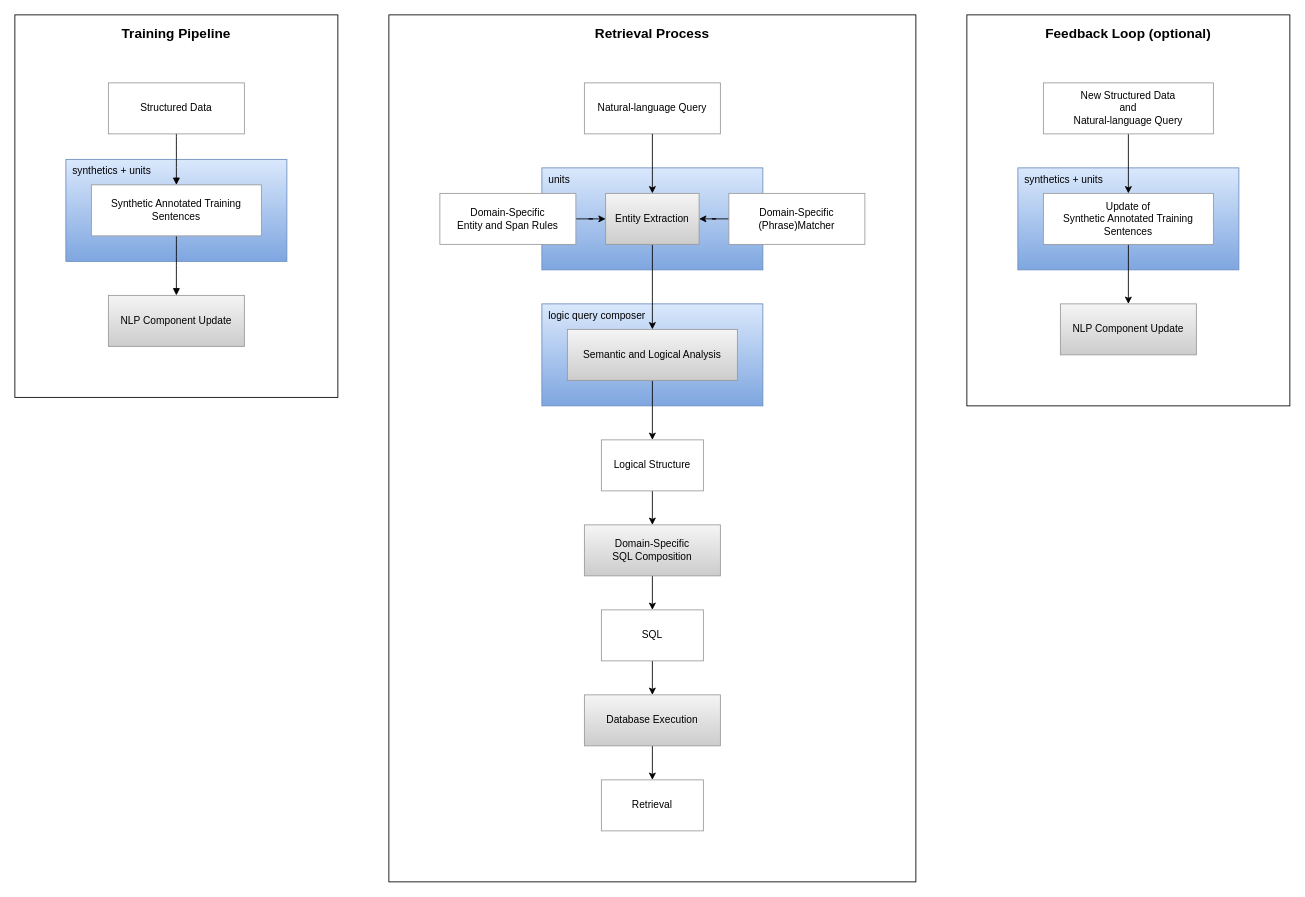
The draw.io diagram assets/retrieval-process.drawio in seanox/seanox-ai-nlp, before the edit. Source tidied: cells renumbered, new cells numbered last; positions are measured from the earlier drawing's top-left corner, leaving out a move shared by most shapes. Both pictures are drawn from the tidied source at 85%, with x=0, y=0 at pixel (14, 14).
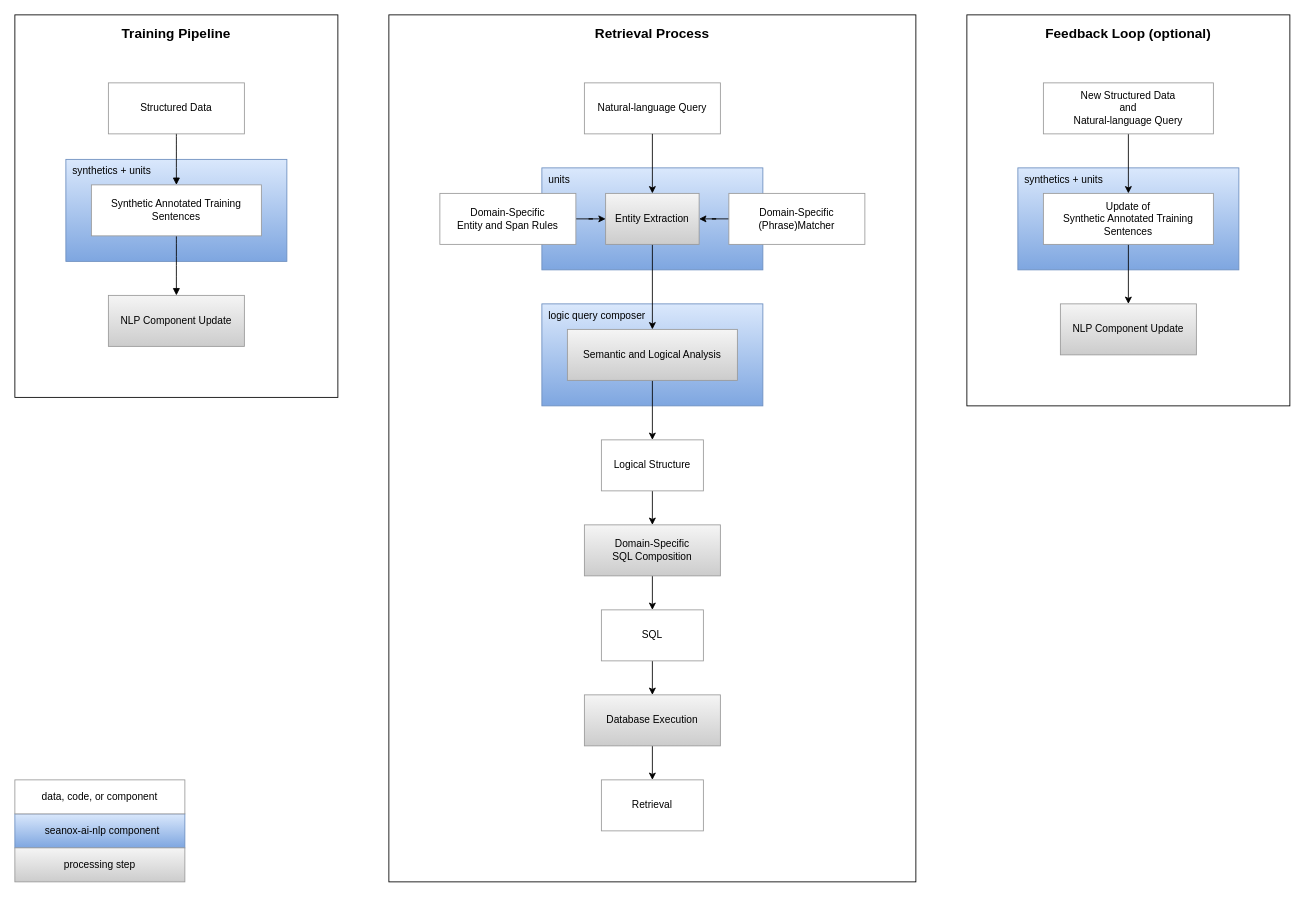
After the change.

What changed in the source:
```diff
@@
+    <mxCell id="38" value="seanox-ai-nlp component" style="whiteSpace=wrap;strokeWidth=1;fillColor=#dae8fc;gradientColor=#7ea6e0;strokeColor=#6c8ebf;verticalAlign=middle;align=center;spacingLeft=6;" parent="1" vertex="1">
+      <mxGeometry y="940" width="200" height="40" as="geometry" />
+    </mxCell>
+    <mxCell id="39" value="processing step" style="whiteSpace=wrap;strokeWidth=1;fillColor=#f5f5f5;gradientColor=#CCCCCC;strokeColor=#999999;" parent="1" vertex="1">
+      <mxGeometry y="980" width="200" height="40" as="geometry" />
+    </mxCell>
+    <mxCell id="40" value="data, code, or component" style="whiteSpace=wrap;strokeWidth=1;strokeColor=#999999;" parent="1" vertex="1">
+      <mxGeometry y="900" width="200" height="40" as="geometry" />
+    </mxCell>
```
